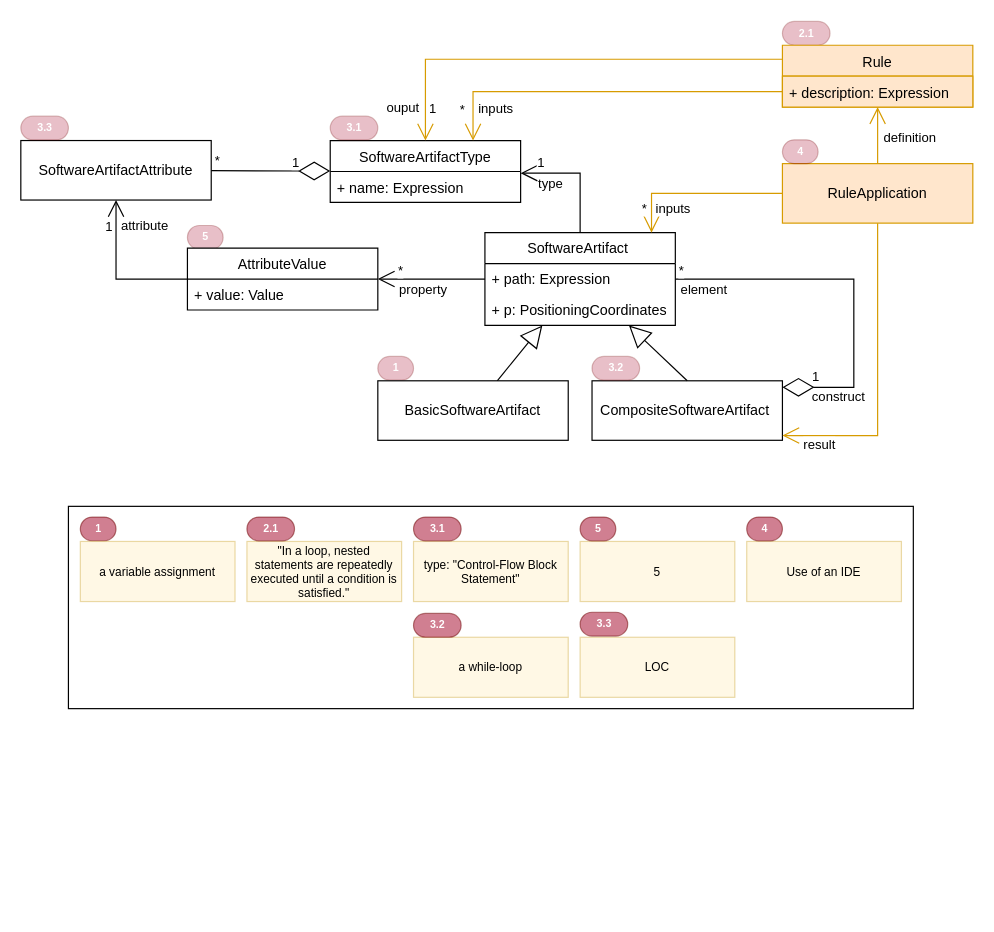
Anonymize-me/Sorg2026b-phd-thesis-online-appendix keeps this draw.io diagram as page "Software Artifact-20260817" (3 of 3) of Ch3__framework/CH4__Conceptual Framework.drawio. Above is the earlier version. Source tidied: cells renumbered, new cells numbered last; positions are measured from the earlier drawing's top-left corner, leaving out a move shared by most shapes. Both pictures are drawn from the tidied source at 119%, with x=0, y=0 at pixel (20, 20).
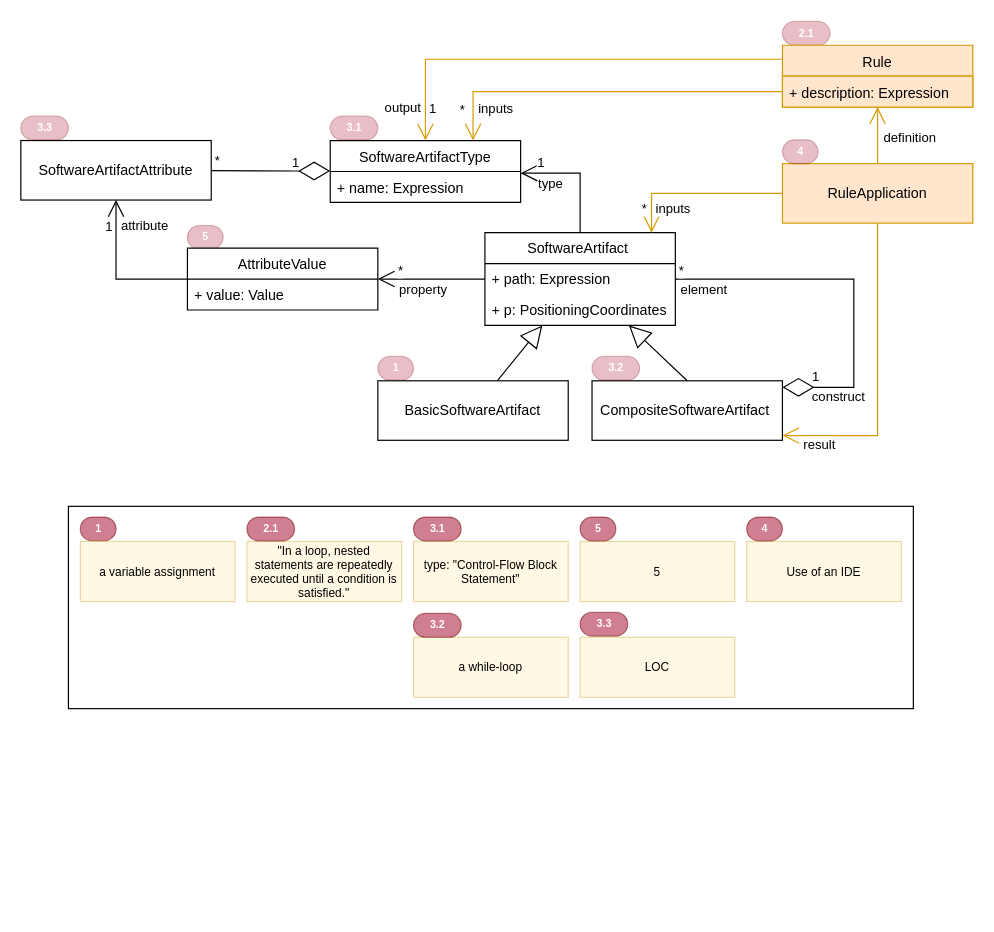
After the change.

Unchanged cells that the change refers to:
```xml
<mxCell id="28" style="endArrow=open;endFill=1;endSize=12;html=1;rounded=0;fillColor=#ffe6cc;strokeColor=#d79b00;exitX=0.001;exitY=0.227;exitDx=0;exitDy=0;entryX=0.5;entryY=0;entryDx=0;entryDy=0;edgeStyle=orthogonalEdgeStyle;exitPerimeter=0;" parent="1" edge="1" source="68" target="2">
  <mxGeometry relative="1" as="geometry" />
</mxCell>
```

Diff of the diagram source:
```diff
@@
-    <mxCell id="30" value="ouput" style="edgeLabel;html=1;align=center;verticalAlign=middle;" parent="28" vertex="1">
+    <mxCell id="30" value="output" style="edgeLabel;html=1;align=center;verticalAlign=middle;" parent="28" vertex="1">
       <mxGeometry x="0.87" relative="1" as="geometry">
         <mxPoint x="-20" y="-5" as="offset" />
       </mxGeometry>
     </mxCell>
```
